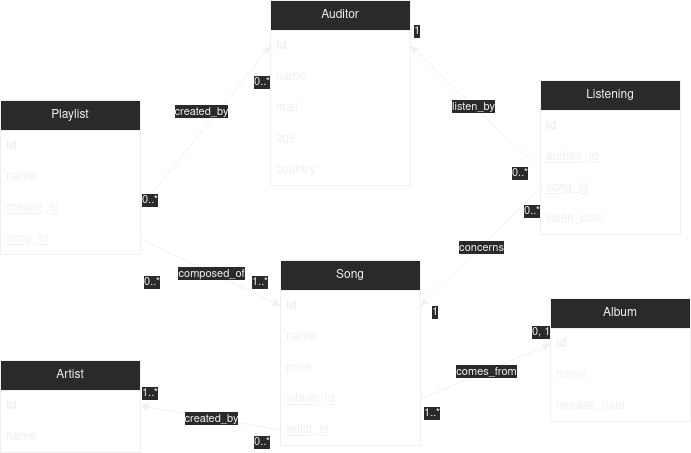
This is TD/uml.drawio.png from School-Projects-VB/tp_oracle, a draw.io export, as it was before one commit. Source tidied: cells renumbered, new cells last; positions are measured from the earlier drawing's top-left corner, leaving out a move shared by most shapes.
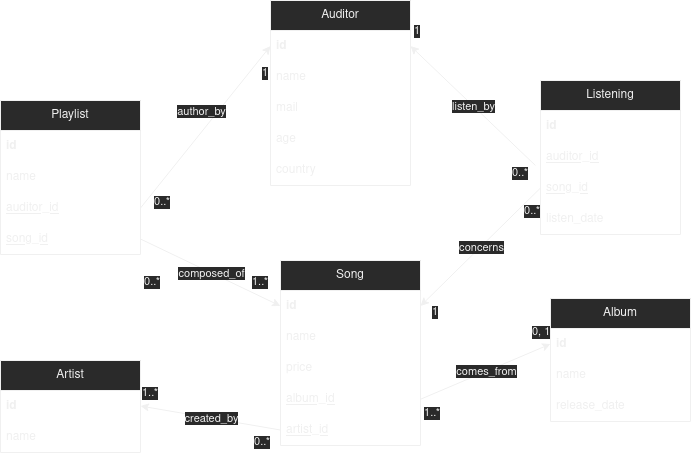
The same file after the commit.

Commit message:
:bento: Fix relation playlist -> auditor

Change to the diagram source:
```diff
@@ -115,7 +115,7 @@
     <mxCell id="36" value="&lt;div&gt;name&lt;/div&gt;" style="text;strokeColor=none;fillColor=none;align=left;verticalAlign=middle;spacingLeft=4;spacingRight=4;overflow=hidden;whiteSpace=wrap;html=1;" parent="34" vertex="1">
       <mxGeometry y="61" width="140" height="31" as="geometry" />
     </mxCell>
-    <mxCell id="37" value="creator_id" style="text;strokeColor=none;fillColor=none;align=left;verticalAlign=middle;spacingLeft=4;spacingRight=4;overflow=hidden;points=[[0,0.5],[1,0.5]];portConstraint=eastwest;whiteSpace=wrap;html=1;fontStyle=4;" parent="34" vertex="1">
+    <mxCell id="37" value="auditor_id" style="text;strokeColor=none;fillColor=none;align=left;verticalAlign=middle;spacingLeft=4;spacingRight=4;overflow=hidden;points=[[0,0.5],[1,0.5]];portConstraint=eastwest;whiteSpace=wrap;html=1;fontStyle=4;" parent="34" vertex="1">
       <mxGeometry y="92" width="140" height="31" as="geometry" />
     </mxCell>
     <mxCell id="38" value="song_id" style="text;strokeColor=none;fillColor=none;align=left;verticalAlign=middle;spacingLeft=4;spacingRight=4;overflow=hidden;points=[[0,0.5],[1,0.5]];portConstraint=eastwest;whiteSpace=wrap;html=1;fontStyle=4;" parent="34" vertex="1">
@@ -156,17 +156,19 @@
     <mxCell id="47" style="endArrow=classic;html=1;rounded=0;exitX=1;exitY=0.5;exitDx=0;exitDy=0;entryX=0;entryY=0.5;entryDx=0;entryDy=0;" parent="1" edge="1" source="37" target="10">
       <mxGeometry relative="1" as="geometry" />
     </mxCell>
-    <mxCell id="48" value="created_by" style="edgeLabel;html=1;align=center;verticalAlign=middle;" parent="47" vertex="1">
+    <mxCell id="48" value="author_by" style="edgeLabel;html=1;align=center;verticalAlign=middle;" parent="47" vertex="1">
       <mxGeometry relative="1" as="geometry">
         <mxPoint x="-5" y="-16" as="offset" />
       </mxGeometry>
     </mxCell>
-    <mxCell id="49" value="0..*" style="edgeLabel;html=1;align=left;verticalAlign=bottom;" parent="47" vertex="1">
-      <mxGeometry x="-1" relative="1" as="geometry" />
+    <mxCell id="49" value="1" style="edgeLabel;html=1;align=left;verticalAlign=bottom;" parent="47" vertex="1">
+      <mxGeometry x="-1" relative="1" as="geometry">
+        <mxPoint x="120" y="-127" as="offset" />
+      </mxGeometry>
     </mxCell>
     <mxCell id="50" value="0..*" style="edgeLabel;html=1;align=right;verticalAlign=bottom;" parent="47" vertex="1">
       <mxGeometry x="1" relative="1" as="geometry">
-        <mxPoint y="45" as="offset" />
+        <mxPoint x="-100" y="165" as="offset" />
       </mxGeometry>
     </mxCell>
     <mxCell id="51" style="endArrow=classic;html=1;rounded=0;exitX=1;exitY=0.5;exitDx=0;exitDy=0;entryX=0;entryY=0.5;entryDx=0;entryDy=0;" parent="1" edge="1" source="38" target="16">
```
